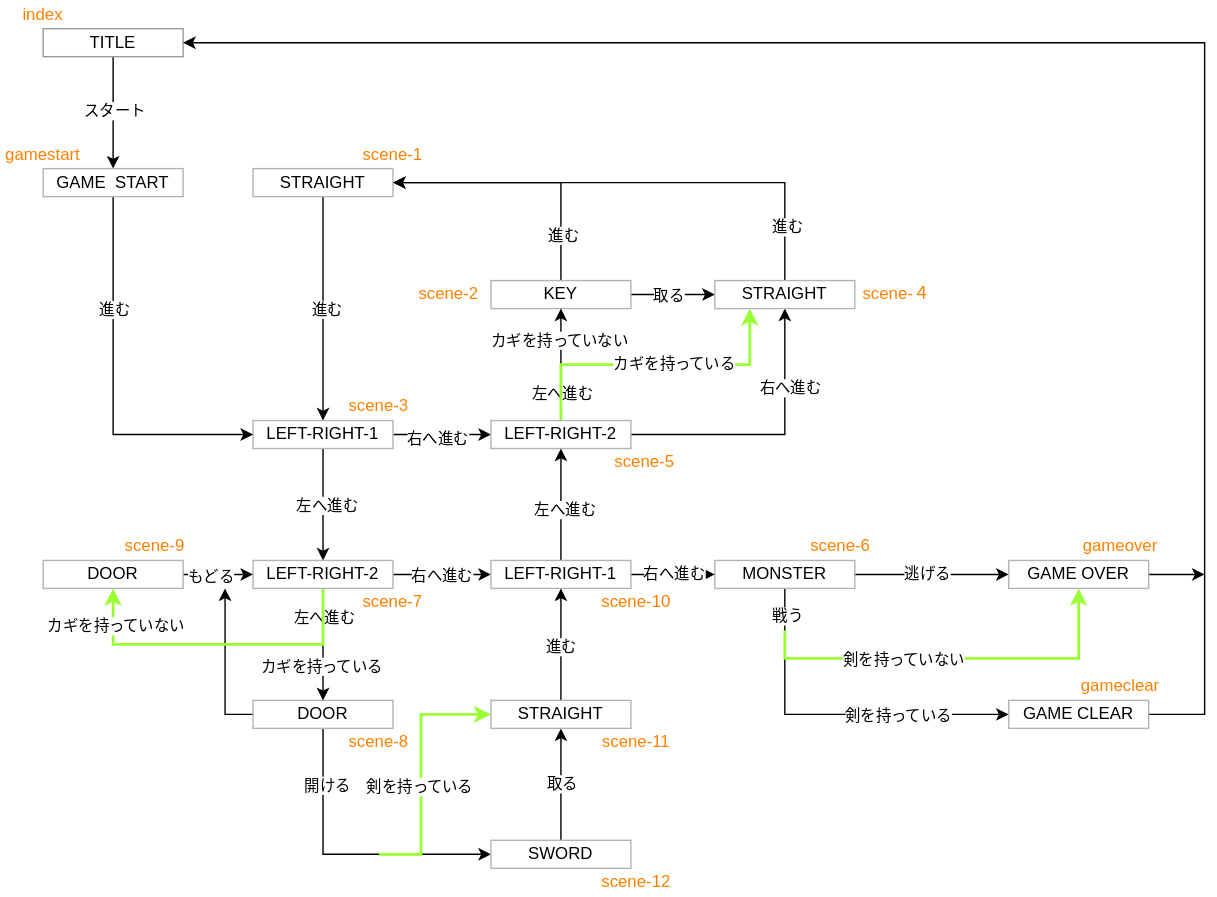
Above: public/img/map.drawio.svg in yamagame/kobo-adventure (draw.io), before the change. Source tidied: cells renumbered, new cells last; positions are measured from the earlier drawing's top-left corner, leaving out a move shared by most shapes.
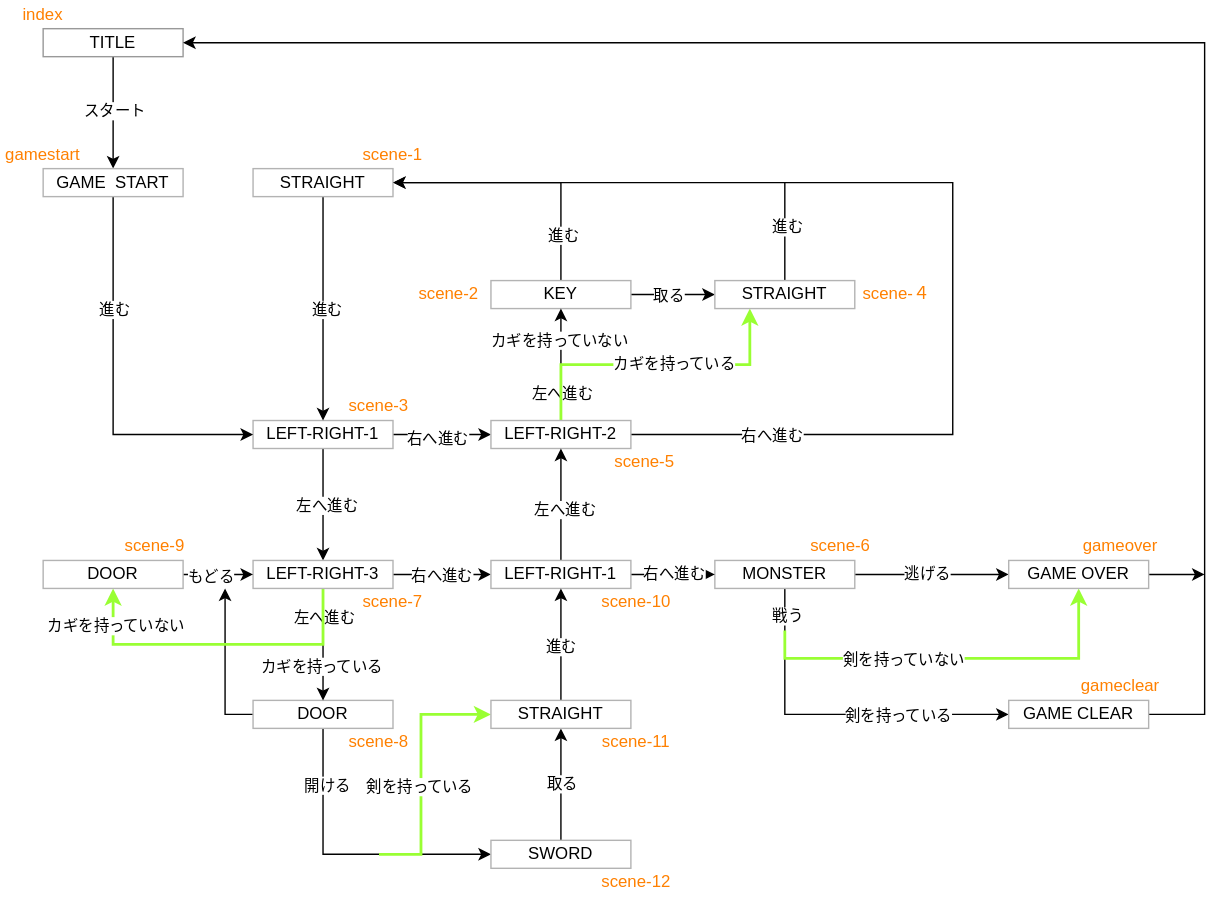
Above is the later version.

The edit, as a diff of the source:
```diff
@@ -142,12 +142,18 @@
     <mxCell id="36" value="カギを持っていない" style="edgeLabel;html=1;align=center;verticalAlign=middle;" parent="34" vertex="1">
       <mxGeometry x="0.45" y="2" relative="1" as="geometry" />
     </mxCell>
-    <mxCell id="37" style="edgeStyle=orthogonalEdgeStyle;rounded=0;jettySize=auto;html=1;entryX=0.5;entryY=1;entryDx=0;entryDy=0;" parent="1" edge="1" source="41" target="58">
-      <mxGeometry relative="1" as="geometry" />
+    <mxCell id="37" style="edgeStyle=orthogonalEdgeStyle;rounded=0;jettySize=auto;html=1;endArrow=none;endFill=0;" parent="1" edge="1" source="41">
+      <mxGeometry relative="1" as="geometry">
+        <mxPoint x="560" y="130" as="targetPoint" />
+        <Array as="points">
+          <mxPoint x="680" y="310" />
+          <mxPoint x="680" y="130" />
+        </Array>
+      </mxGeometry>
     </mxCell>
     <mxCell id="38" value="右へ進む" style="edgeLabel;html=1;align=center;verticalAlign=middle;" parent="37" vertex="1">
       <mxGeometry x="0.1" y="34" relative="1" as="geometry">
-        <mxPoint x="37" y="-34" as="offset" />
+        <mxPoint x="-96" y="62" as="offset" />
       </mxGeometry>
     </mxCell>
     <mxCell id="39" style="edgeStyle=orthogonalEdgeStyle;rounded=0;jettySize=auto;html=1;entryX=0.25;entryY=1;entryDx=0;entryDy=0;startArrow=none;startFill=0;endArrow=classic;endFill=1;fillColor=#cdeb8b;strokeColor=#99FF33;strokeWidth=2;" parent="1" edge="1" source="41" target="58">
@@ -195,7 +201,7 @@
     <mxCell id="49" value="カギを持っていない" style="edgeLabel;html=1;align=center;verticalAlign=middle;" parent="48" vertex="1">
       <mxGeometry x="0.77" y="-1" relative="1" as="geometry" />
     </mxCell>
-    <mxCell id="50" value="LEFT-RIGHT-2" style="text;html=1;strokeColor=#B3B3B3;fillColor=none;align=center;verticalAlign=middle;whiteSpace=wrap;rounded=0;" parent="1" vertex="1">
+    <mxCell id="50" value="LEFT-RIGHT-3" style="text;html=1;strokeColor=#B3B3B3;fillColor=none;align=center;verticalAlign=middle;whiteSpace=wrap;rounded=0;" parent="1" vertex="1">
       <mxGeometry x="180" y="400" width="100" height="20" as="geometry" />
     </mxCell>
     <mxCell id="51" style="edgeStyle=orthogonalEdgeStyle;rounded=0;jettySize=auto;html=1;entryX=0.5;entryY=1;entryDx=0;entryDy=0;" parent="1" edge="1" source="55" target="41">
```
